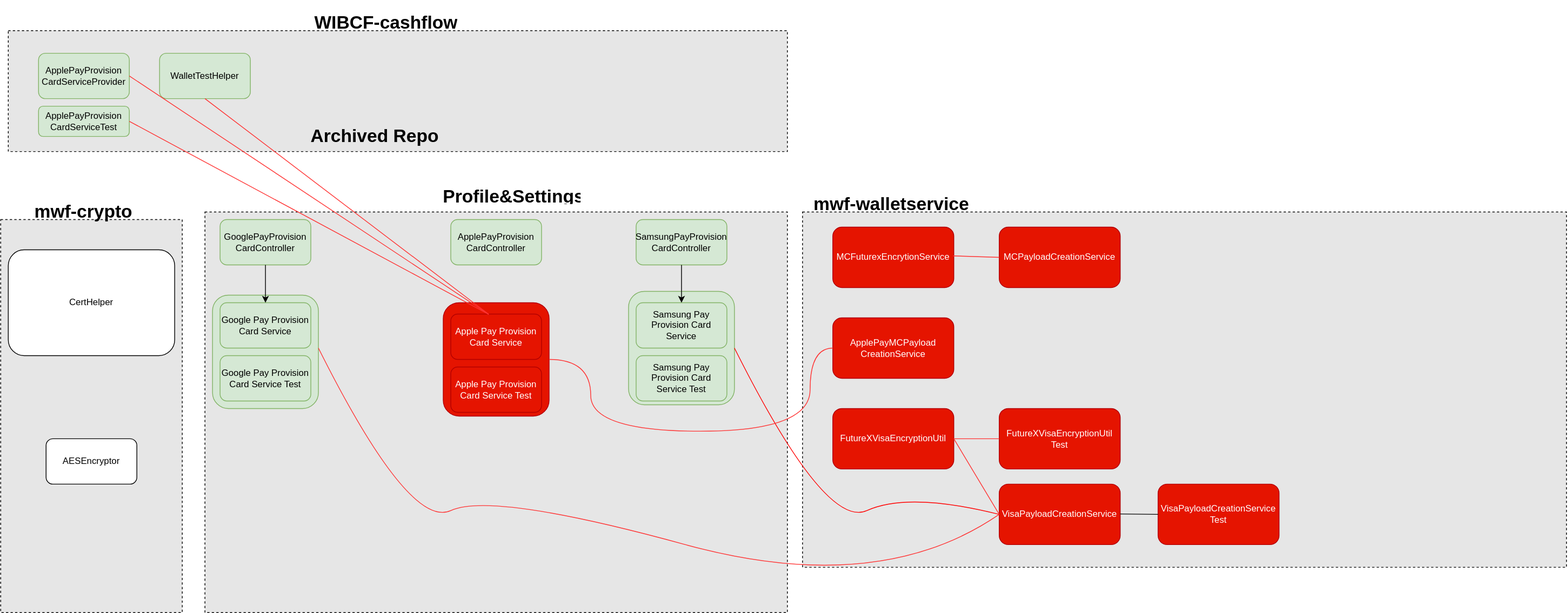
Earlier version of the draw.io export Work Samples/WF/Bouncy_Castle_Dependencies_Removal.drawio.svg (uchiharizvi/design-diagrams). Source tidied: cells renumbered, new cells last; positions are measured from the earlier drawing's top-left corner, leaving out a move shared by most shapes.
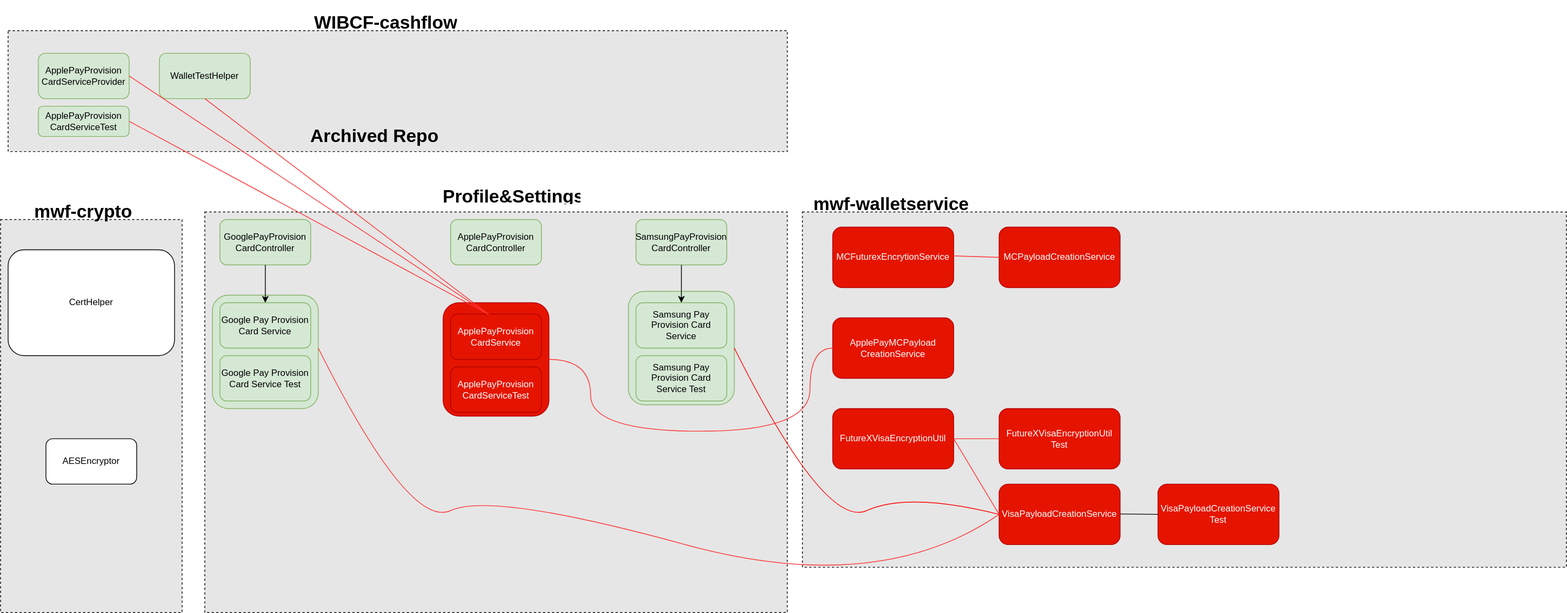
Later version of the same file.

The edit, as a diff of the source:
```diff
@@ -104,10 +104,10 @@
     <mxCell id="30" style="rounded=1;whiteSpace=wrap;html=1;fillColor=#e51400;strokeColor=#B20000;fontColor=#ffffff;" parent="1" vertex="1">
       <mxGeometry x="585" y="390" width="140" height="150" as="geometry" />
     </mxCell>
-    <mxCell id="31" value="Apple Pay Provision Card Service" style="rounded=1;whiteSpace=wrap;html=1;fillColor=#e51400;strokeColor=#B20000;fontColor=#ffffff;" parent="1" vertex="1">
+    <mxCell id="31" value="ApplePayProvision&lt;br&gt;CardService" style="rounded=1;whiteSpace=wrap;html=1;fillColor=#e51400;strokeColor=#B20000;fontColor=#ffffff;" parent="1" vertex="1">
       <mxGeometry x="595" y="405" width="120" height="60" as="geometry" />
     </mxCell>
-    <mxCell id="32" value="Apple Pay Provision Card Service Test" style="rounded=1;whiteSpace=wrap;html=1;fillColor=#e51400;strokeColor=#B20000;fontColor=#ffffff;" parent="1" vertex="1">
+    <mxCell id="32" value="ApplePayProvision CardServiceTest" style="rounded=1;whiteSpace=wrap;html=1;fillColor=#e51400;strokeColor=#B20000;fontColor=#ffffff;" parent="1" vertex="1">
       <mxGeometry x="595" y="475" width="120" height="60" as="geometry" />
     </mxCell>
     <mxCell id="33" style="endArrow=none;html=1;rounded=0;exitX=1;exitY=0.5;exitDx=0;exitDy=0;entryX=0;entryY=0.5;entryDx=0;entryDy=0;edgeStyle=orthogonalEdgeStyle;curved=1;strokeColor=#FF3333;" parent="1" edge="1" source="30" target="15">
```
